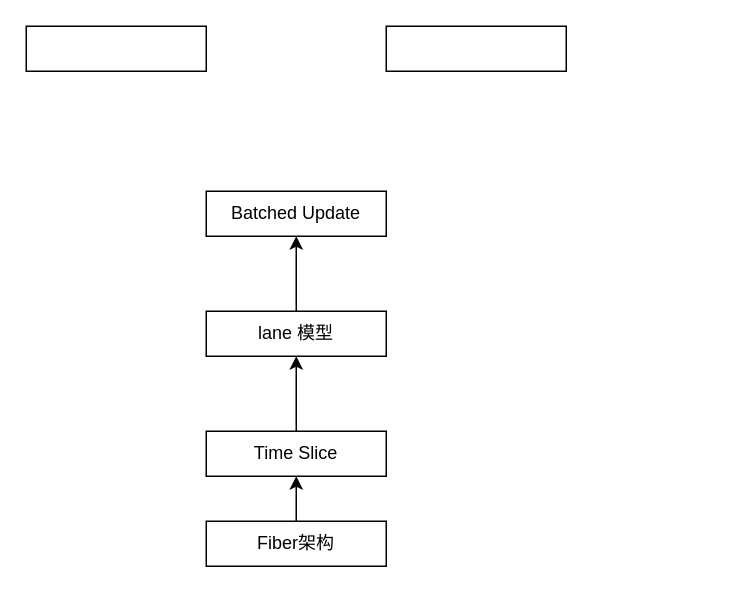
This is page "并发更新体系结构" (4 of 4) of Untitled Diagram.drawio from aidevtao/react-draw.io, a draw.io file, before an edit. Source tidied: cells renumbered, new cells numbered last; positions are measured from the earlier drawing's top-left corner, leaving out a move shared by most shapes. Both pictures are drawn from the tidied source at 150%, with x=0, y=0 at pixel (26, 26).
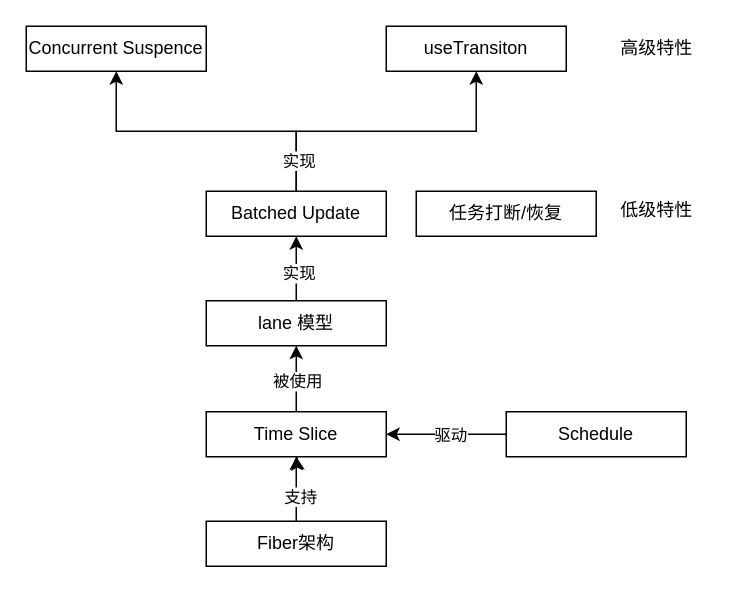
After the change.

Commit message:
并发架构完成

Unchanged cells that the change refers to:
```xml
<mxCell id="3" style="edgeStyle=orthogonalEdgeStyle;rounded=0;jettySize=auto;html=1;exitX=0.5;exitY=0;exitDx=0;exitDy=0;entryX=0.5;entryY=1;entryDx=0;entryDy=0;" parent="1" edge="1" source="4" target="6">
  <mxGeometry relative="1" as="geometry" />
</mxCell>
<mxCell id="7" style="edgeStyle=orthogonalEdgeStyle;rounded=0;jettySize=auto;html=1;" parent="1" edge="1" source="8" target="9">
  <mxGeometry relative="1" as="geometry" />
</mxCell>
<mxCell id="9" value="Batched Update" style="whiteSpace=wrap;html=1;flipV=0;" parent="1" vertex="1">
  <mxGeometry x="120" y="110" width="120" height="30" as="geometry" />
</mxCell>
```

What changed in the source:
```diff
@@
+    <mxCell id="12" value="支持" style="edgeLabel;html=1;align=center;verticalAlign=middle;" parent="3" vertex="1">
+      <mxGeometry x="-0.21" y="-2" relative="1" as="geometry" />
+    </mxCell>
@@
     <mxCell id="5" style="edgeStyle=orthogonalEdgeStyle;rounded=0;jettySize=auto;html=1;" parent="1" edge="1" source="6" target="8">
-      <mxGeometry relative="1" as="geometry" />
+      <mxGeometry relative="1" as="geometry">
+        <Array as="points">
+          <mxPoint x="180" y="230" />
+          <mxPoint x="180" y="230" />
+        </Array>
+      </mxGeometry>
     </mxCell>
+    <mxCell id="13" value="被使用" style="edgeLabel;html=1;align=center;verticalAlign=middle;" parent="5" vertex="1">
+      <mxGeometry x="-0.05" relative="1" as="geometry" />
+    </mxCell>
     <mxCell id="6" value="Time Slice" style="whiteSpace=wrap;html=1;flipV=0;" parent="1" vertex="1">
-      <mxGeometry x="120" y="270" width="120" height="30" as="geometry" />
+      <mxGeometry x="120" y="257" width="120" height="30" as="geometry" />
     </mxCell>
@@
+    <mxCell id="14" value="实现" style="edgeLabel;html=1;align=center;verticalAlign=middle;" parent="7" vertex="1">
+      <mxGeometry x="-0.12" y="-1" relative="1" as="geometry" />
+    </mxCell>
     <mxCell id="8" value="lane 模型" style="whiteSpace=wrap;html=1;flipV=0;" parent="1" vertex="1">
-      <mxGeometry x="120" y="190" width="120" height="30" as="geometry" />
+      <mxGeometry x="120" y="183" width="120" height="30" as="geometry" />
     </mxCell>
+    <mxCell id="15" style="edgeStyle=orthogonalEdgeStyle;rounded=0;jettySize=auto;html=1;exitX=0.5;exitY=0;exitDx=0;exitDy=0;entryX=0.5;entryY=1;entryDx=0;entryDy=0;" parent="1" edge="1" source="9" target="10">
+      <mxGeometry relative="1" as="geometry" />
+    </mxCell>
+    <mxCell id="16" style="edgeStyle=orthogonalEdgeStyle;rounded=0;jettySize=auto;html=1;exitX=0.5;exitY=0;exitDx=0;exitDy=0;entryX=0.5;entryY=1;entryDx=0;entryDy=0;" parent="1" edge="1" source="9" target="11">
+      <mxGeometry relative="1" as="geometry">
+        <Array as="points">
+          <mxPoint x="180" y="70" />
+          <mxPoint x="300" y="70" />
+        </Array>
+      </mxGeometry>
+    </mxCell>
+    <mxCell id="17" value="实现" style="edgeLabel;html=1;align=center;verticalAlign=middle;" parent="16" vertex="1">
+      <mxGeometry x="-0.79" y="-1" relative="1" as="geometry" />
+    </mxCell>
@@
-    <mxCell id="10" style="whiteSpace=wrap;html=1;" parent="1" vertex="1">
+    <mxCell id="10" value="Concurrent Suspence" style="whiteSpace=wrap;html=1;" parent="1" vertex="1">
       <mxGeometry width="120" height="30" as="geometry" />
     </mxCell>
-    <mxCell id="11" style="whiteSpace=wrap;html=1;" parent="1" vertex="1">
+    <mxCell id="11" value="useTransiton" style="whiteSpace=wrap;html=1;" parent="1" vertex="1">
       <mxGeometry x="240" width="120" height="30" as="geometry" />
     </mxCell>
+    <mxCell id="18" value="任务打断/恢复" style="whiteSpace=wrap;html=1;" parent="1" vertex="1">
+      <mxGeometry x="260" y="110" width="120" height="30" as="geometry" />
+    </mxCell>
+    <mxCell id="19" value="高级特性" style="text;html=1;align=center;verticalAlign=middle;strokeColor=none;fillColor=none;" parent="1" vertex="1">
+      <mxGeometry x="385" width="70" height="30" as="geometry" />
+    </mxCell>
+    <mxCell id="20" value="低级特性" style="text;html=1;align=center;verticalAlign=middle;strokeColor=none;fillColor=none;" parent="1" vertex="1">
+      <mxGeometry x="385" y="108" width="70" height="30" as="geometry" />
+    </mxCell>
+    <mxCell id="21" style="edgeStyle=orthogonalEdgeStyle;rounded=0;jettySize=auto;html=1;entryX=1;entryY=0.5;entryDx=0;entryDy=0;" parent="1" edge="1" source="23" target="6">
+      <mxGeometry relative="1" as="geometry" />
+    </mxCell>
+    <mxCell id="22" value="驱动" style="edgeLabel;html=1;align=center;verticalAlign=middle;" parent="21" vertex="1">
+      <mxGeometry x="-0.05" y="4" relative="1" as="geometry">
+        <mxPoint y="-4" as="offset" />
+      </mxGeometry>
+    </mxCell>
+    <mxCell id="23" value="Schedule" style="whiteSpace=wrap;html=1;" parent="1" vertex="1">
+      <mxGeometry x="320" y="257" width="120" height="30" as="geometry" />
+    </mxCell>
```
